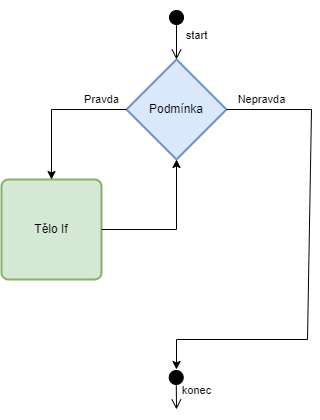
Earlier version of the draw.io export docs/obrazky/kapitola007/while.png (tomasbruckner/c_lectures). Source tidied: cells renumbered, new cells last; positions are measured from the earlier drawing's top-left corner, leaving out a move shared by most shapes. Source of this version:
```xml
<mxGraphModel>
  <root>
    <mxCell id="0" />
    <mxCell id="1" parent="0" />
    <mxCell id="2" value="Podmínka" style="strokeWidth=2;html=1;shape=mxgraph.flowchart.decision;whiteSpace=wrap;fillColor=#dae8fc;strokeColor=#6c8ebf;" parent="1" vertex="1">
      <mxGeometry x="125" y="50" width="100" height="100" as="geometry" />
    </mxCell>
    <mxCell id="3" value="Tělo If" style="rounded=1;whiteSpace=wrap;html=1;absoluteArcSize=1;arcSize=14;strokeWidth=2;fillColor=#d5e8d4;strokeColor=#82b366;" parent="1" vertex="1">
      <mxGeometry y="170" width="100" height="100" as="geometry" />
    </mxCell>
    <mxCell id="4" value="start" style="html=1;verticalAlign=bottom;startArrow=circle;startFill=1;endArrow=open;startSize=6;endSize=8;rounded=0;entryX=0.5;entryY=0;entryDx=0;entryDy=0;entryPerimeter=0;" parent="1" edge="1" target="2">
      <mxGeometry x="0.4" y="20" relative="1" as="geometry">
        <mxPoint x="175" as="sourcePoint" />
      </mxGeometry>
    </mxCell>
    <mxCell id="5" value="konec" style="html=1;verticalAlign=bottom;startArrow=circle;startFill=1;endArrow=open;startSize=6;endSize=8;rounded=0;" parent="1" edge="1">
      <mxGeometry x="0.51" y="20" relative="1" as="geometry">
        <mxPoint x="174.7" y="360" as="sourcePoint" />
        <mxPoint x="175" y="400" as="targetPoint" />
      </mxGeometry>
    </mxCell>
    <mxCell id="6" style="endArrow=classic;html=1;rounded=0;entryX=0.5;entryY=0;entryDx=0;entryDy=0;exitX=0;exitY=0.5;exitDx=0;exitDy=0;exitPerimeter=0;" parent="1" edge="1" source="2" target="3">
      <mxGeometry relative="1" as="geometry">
        <Array as="points">
          <mxPoint x="50" y="100" />
        </Array>
      </mxGeometry>
    </mxCell>
    <mxCell id="7" value="Pravda" style="edgeLabel;html=1;align=center;verticalAlign=middle;" parent="6" vertex="1">
      <mxGeometry x="0.11" relative="1" as="geometry">
        <mxPoint x="50" y="-16" as="offset" />
      </mxGeometry>
    </mxCell>
    <mxCell id="8" style="endArrow=classic;html=1;rounded=0;entryX=0.5;entryY=1;entryDx=0;entryDy=0;entryPerimeter=0;exitX=1;exitY=0.5;exitDx=0;exitDy=0;" parent="1" edge="1" source="3" target="2">
      <mxGeometry relative="1" as="geometry">
        <Array as="points">
          <mxPoint x="175" y="220" />
        </Array>
      </mxGeometry>
    </mxCell>
    <mxCell id="9" style="endArrow=classic;html=1;rounded=0;exitX=1;exitY=0.5;exitDx=0;exitDy=0;exitPerimeter=0;" parent="1" edge="1" source="2">
      <mxGeometry relative="1" as="geometry">
        <mxPoint x="175" y="360" as="targetPoint" />
        <Array as="points">
          <mxPoint x="310" y="100" />
          <mxPoint x="306" y="330" />
          <mxPoint x="175" y="330" />
        </Array>
      </mxGeometry>
    </mxCell>
    <mxCell id="10" value="Nepravda" style="edgeLabel;html=1;align=center;verticalAlign=middle;" parent="9" vertex="1">
      <mxGeometry x="-0.31" y="1" relative="1" as="geometry">
        <mxPoint x="-50" y="-90" as="offset" />
      </mxGeometry>
    </mxCell>
  </root>
</mxGraphModel>
```
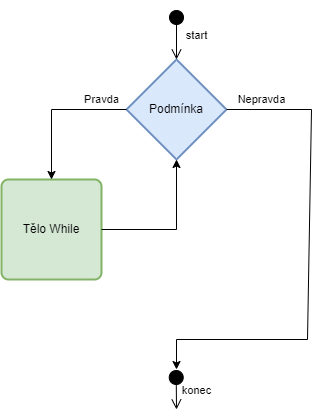
The same diagram one commit later.

The edit, as a diff of the source:
```diff
@@ -5,7 +5,7 @@
     <mxCell id="2" value="Podmínka" style="strokeWidth=2;html=1;shape=mxgraph.flowchart.decision;whiteSpace=wrap;fillColor=#dae8fc;strokeColor=#6c8ebf;" parent="1" vertex="1">
       <mxGeometry x="125" y="50" width="100" height="100" as="geometry" />
     </mxCell>
-    <mxCell id="3" value="Tělo If" style="rounded=1;whiteSpace=wrap;html=1;absoluteArcSize=1;arcSize=14;strokeWidth=2;fillColor=#d5e8d4;strokeColor=#82b366;" parent="1" vertex="1">
+    <mxCell id="3" value="Tělo While" style="rounded=1;whiteSpace=wrap;html=1;absoluteArcSize=1;arcSize=14;strokeWidth=2;fillColor=#d5e8d4;strokeColor=#82b366;" parent="1" vertex="1">
       <mxGeometry y="170" width="100" height="100" as="geometry" />
     </mxCell>
     <mxCell id="4" value="start" style="html=1;verticalAlign=bottom;startArrow=circle;startFill=1;endArrow=open;startSize=6;endSize=8;rounded=0;entryX=0.5;entryY=0;entryDx=0;entryDy=0;entryPerimeter=0;" parent="1" edge="1" target="2">
```
